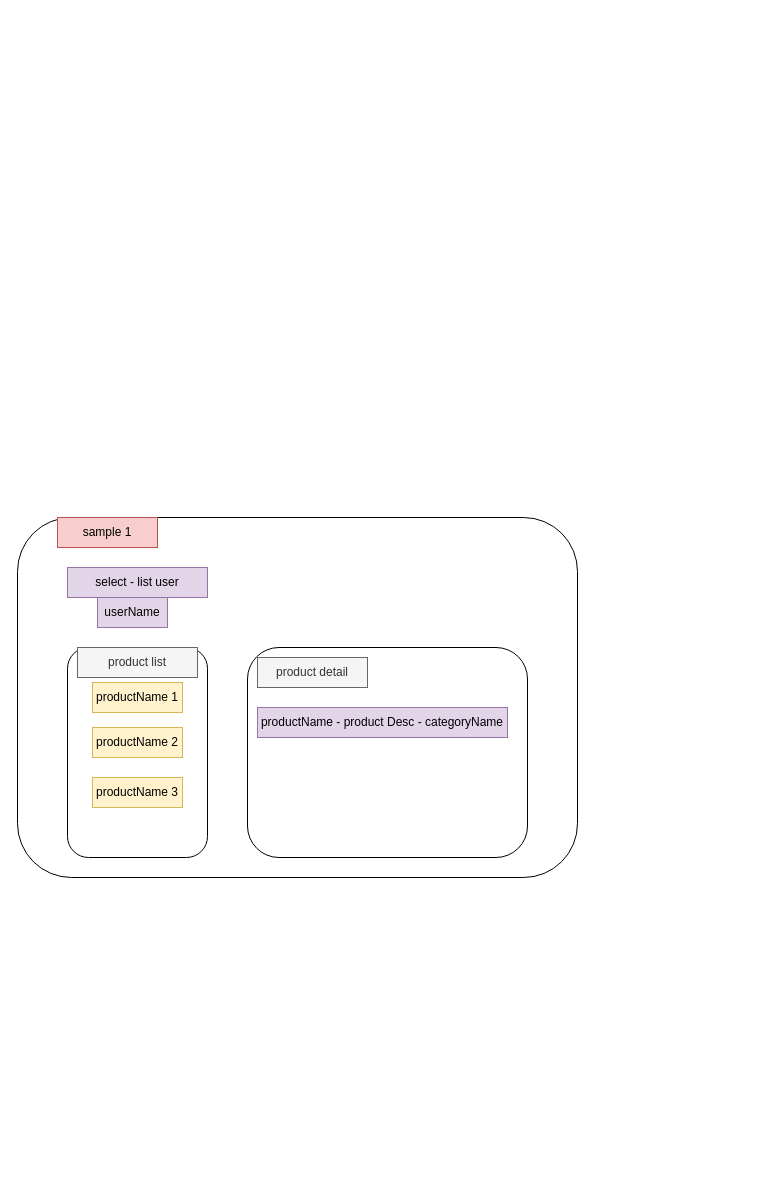
Above: sample.drawio in blackcatcoder/rxjs (draw.io), before the change. Source tidied: cells renumbered, new cells numbered last; positions are measured from the earlier drawing's top-left corner, leaving out a move shared by most shapes. Both pictures are drawn from the tidied source at 100%, with x=0, y=0 at pixel (17, 517).
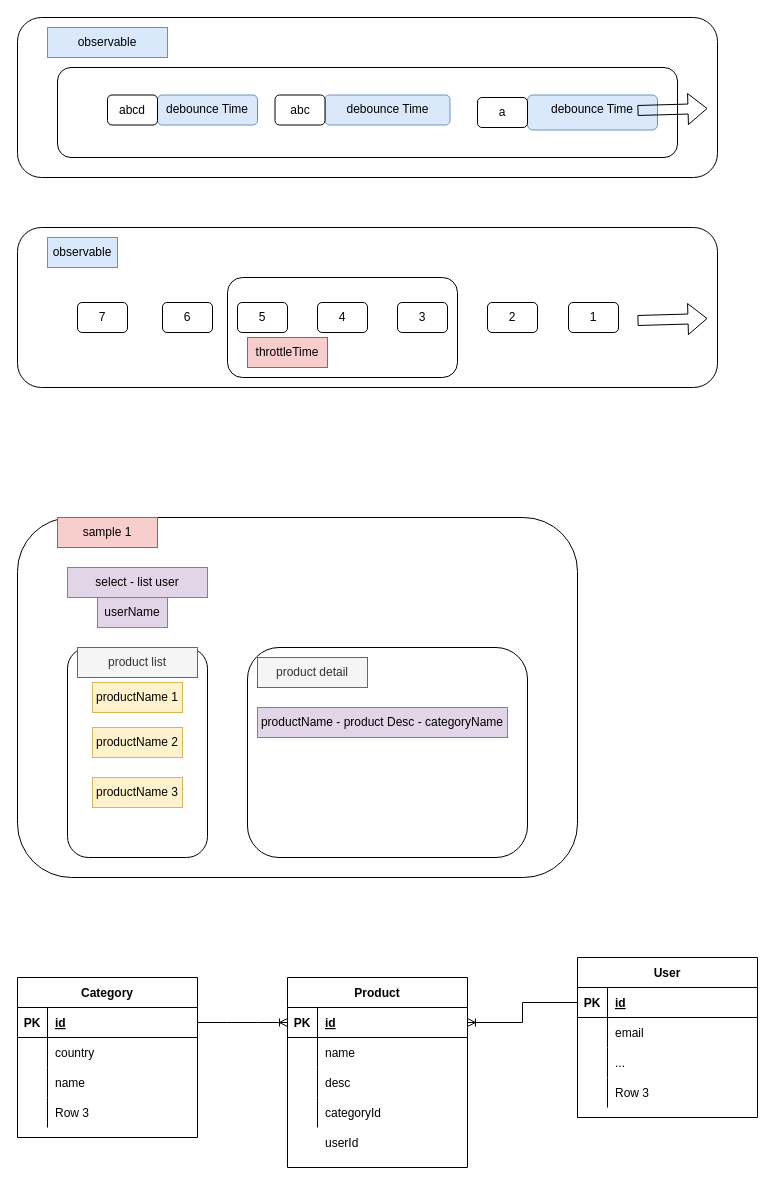
After the change.

What changed in the source:
```diff
@@
+    <mxCell id="14" style="rounded=1;whiteSpace=wrap;html=1;" parent="1" vertex="1">
+      <mxGeometry y="-500" width="700" height="160" as="geometry" />
+    </mxCell>
+    <mxCell id="15" style="rounded=1;whiteSpace=wrap;html=1;" parent="1" vertex="1">
+      <mxGeometry x="40" y="-450" width="620" height="90" as="geometry" />
+    </mxCell>
+    <mxCell id="16" value="debounce Time" style="rounded=1;whiteSpace=wrap;html=1;verticalAlign=top;fillColor=#dae8fc;strokeColor=#6c8ebf;" parent="1" vertex="1">
+      <mxGeometry x="140" y="-422.5" width="100" height="30" as="geometry" />
+    </mxCell>
+    <mxCell id="17" value="debounce Time" style="rounded=1;whiteSpace=wrap;html=1;verticalAlign=top;fillColor=#dae8fc;strokeColor=#6c8ebf;" parent="1" vertex="1">
+      <mxGeometry x="510" y="-422.5" width="130" height="35" as="geometry" />
+    </mxCell>
+    <mxCell id="18" style="rounded=1;whiteSpace=wrap;html=1;" parent="1" vertex="1">
+      <mxGeometry x="40" y="-230" width="590" height="60" as="geometry" />
+    </mxCell>
+    <mxCell id="19" style="rounded=1;whiteSpace=wrap;html=1;" parent="1" vertex="1">
+      <mxGeometry y="-290" width="700" height="160" as="geometry" />
+    </mxCell>
+    <mxCell id="20" style="rounded=1;whiteSpace=wrap;html=1;" parent="1" vertex="1">
+      <mxGeometry x="210" y="-240" width="230" height="100" as="geometry" />
+    </mxCell>
@@
+    <mxCell id="21" value="Category" style="shape=table;startSize=30;childLayout=tableLayout;rowLines=0;fontStyle=1;align=center;" parent="1" vertex="1">
+      <mxGeometry y="460" width="180" height="160" as="geometry" />
+    </mxCell>
+    <mxCell id="22" style="shape=partialRectangle;fillColor=none;top=0;left=0;bottom=1;right=0;points=[[0,0.5],[1,0.5]];portConstraint=eastwest;" parent="21" vertex="1">
+      <mxGeometry y="30" width="180" height="30" as="geometry" />
+    </mxCell>
+    <mxCell id="23" value="PK" style="shape=partialRectangle;fillColor=none;top=0;left=0;bottom=0;right=0;fontStyle=1;overflow=hidden;" parent="22" vertex="1">
+      <mxGeometry width="30" height="30" as="geometry" />
+    </mxCell>
+    <mxCell id="24" value="id" style="shape=partialRectangle;fillColor=none;top=0;left=0;bottom=0;right=0;align=left;spacingLeft=6;fontStyle=5;overflow=hidden;" parent="22" vertex="1">
+      <mxGeometry x="30" width="150" height="30" as="geometry" />
+    </mxCell>
+    <mxCell id="25" style="shape=partialRectangle;fillColor=none;top=0;left=0;bottom=0;right=0;" parent="21" vertex="1">
+      <mxGeometry y="60" width="180" height="30" as="geometry" />
+    </mxCell>
+    <mxCell id="26" style="shape=partialRectangle;fillColor=none;top=0;left=0;bottom=0;right=0;overflow=hidden;" parent="25" vertex="1">
+      <mxGeometry width="30" height="30" as="geometry" />
+    </mxCell>
+    <mxCell id="27" value="country" style="shape=partialRectangle;fillColor=none;top=0;left=0;bottom=0;right=0;align=left;spacingLeft=6;overflow=hidden;" parent="25" vertex="1">
+      <mxGeometry x="30" width="150" height="30" as="geometry" />
+    </mxCell>
+    <mxCell id="28" style="shape=partialRectangle;fillColor=none;top=0;left=0;bottom=0;right=0;" parent="21" vertex="1">
+      <mxGeometry y="90" width="180" height="30" as="geometry" />
+    </mxCell>
+    <mxCell id="29" style="shape=partialRectangle;fillColor=none;top=0;left=0;bottom=0;right=0;overflow=hidden;" parent="28" vertex="1">
+      <mxGeometry width="30" height="30" as="geometry" />
+    </mxCell>
+    <mxCell id="30" value="name" style="shape=partialRectangle;fillColor=none;top=0;left=0;bottom=0;right=0;align=left;spacingLeft=6;overflow=hidden;" parent="28" vertex="1">
+      <mxGeometry x="30" width="150" height="30" as="geometry" />
+    </mxCell>
+    <mxCell id="31" style="shape=partialRectangle;fillColor=none;top=0;left=0;bottom=0;right=0;" parent="21" vertex="1">
+      <mxGeometry y="120" width="180" height="30" as="geometry" />
+    </mxCell>
+    <mxCell id="32" style="shape=partialRectangle;fillColor=none;top=0;left=0;bottom=0;right=0;overflow=hidden;" parent="31" vertex="1">
+      <mxGeometry width="30" height="30" as="geometry" />
+    </mxCell>
+    <mxCell id="33" value="Row 3" style="shape=partialRectangle;fillColor=none;top=0;left=0;bottom=0;right=0;align=left;spacingLeft=6;overflow=hidden;" parent="31" vertex="1">
+      <mxGeometry x="30" width="150" height="30" as="geometry" />
+    </mxCell>
+    <mxCell id="34" value="Product" style="shape=table;startSize=30;childLayout=tableLayout;rowLines=0;fontStyle=1;align=center;" parent="1" vertex="1">
+      <mxGeometry x="270" y="460" width="180" height="190" as="geometry" />
+    </mxCell>
+    <mxCell id="35" style="shape=partialRectangle;fillColor=none;top=0;left=0;bottom=1;right=0;points=[[0,0.5],[1,0.5]];portConstraint=eastwest;" parent="34" vertex="1">
+      <mxGeometry y="30" width="180" height="30" as="geometry" />
+    </mxCell>
+    <mxCell id="36" value="PK" style="shape=partialRectangle;fillColor=none;top=0;left=0;bottom=0;right=0;fontStyle=1;overflow=hidden;" parent="35" vertex="1">
+      <mxGeometry width="30" height="30" as="geometry" />
+    </mxCell>
+    <mxCell id="37" value="id" style="shape=partialRectangle;fillColor=none;top=0;left=0;bottom=0;right=0;align=left;spacingLeft=6;fontStyle=5;overflow=hidden;" parent="35" vertex="1">
+      <mxGeometry x="30" width="150" height="30" as="geometry" />
+    </mxCell>
+    <mxCell id="38" style="shape=partialRectangle;fillColor=none;top=0;left=0;bottom=0;right=0;" parent="34" vertex="1">
+      <mxGeometry y="60" width="180" height="30" as="geometry" />
+    </mxCell>
+    <mxCell id="39" style="shape=partialRectangle;fillColor=none;top=0;left=0;bottom=0;right=0;overflow=hidden;" parent="38" vertex="1">
+      <mxGeometry width="30" height="30" as="geometry" />
+    </mxCell>
+    <mxCell id="40" value="name" style="shape=partialRectangle;fillColor=none;top=0;left=0;bottom=0;right=0;align=left;spacingLeft=6;overflow=hidden;" parent="38" vertex="1">
+      <mxGeometry x="30" width="150" height="30" as="geometry" />
+    </mxCell>
+    <mxCell id="41" style="shape=partialRectangle;fillColor=none;top=0;left=0;bottom=0;right=0;" parent="34" vertex="1">
+      <mxGeometry y="90" width="180" height="30" as="geometry" />
+    </mxCell>
+    <mxCell id="42" style="shape=partialRectangle;fillColor=none;top=0;left=0;bottom=0;right=0;overflow=hidden;" parent="41" vertex="1">
+      <mxGeometry width="30" height="30" as="geometry" />
+    </mxCell>
+    <mxCell id="43" value="desc" style="shape=partialRectangle;fillColor=none;top=0;left=0;bottom=0;right=0;align=left;spacingLeft=6;overflow=hidden;" parent="41" vertex="1">
+      <mxGeometry x="30" width="150" height="30" as="geometry" />
+    </mxCell>
+    <mxCell id="44" style="shape=partialRectangle;fillColor=none;top=0;left=0;bottom=0;right=0;" parent="34" vertex="1">
+      <mxGeometry y="120" width="180" height="30" as="geometry" />
+    </mxCell>
+    <mxCell id="45" style="shape=partialRectangle;fillColor=none;top=0;left=0;bottom=0;right=0;overflow=hidden;" parent="44" vertex="1">
+      <mxGeometry width="30" height="30" as="geometry" />
+    </mxCell>
+    <mxCell id="46" value="categoryId" style="shape=partialRectangle;fillColor=none;top=0;left=0;bottom=0;right=0;align=left;spacingLeft=6;overflow=hidden;" parent="44" vertex="1">
+      <mxGeometry x="30" width="150" height="30" as="geometry" />
+    </mxCell>
+    <mxCell id="47" value="User" style="shape=table;startSize=30;childLayout=tableLayout;rowLines=0;fontStyle=1;align=center;" parent="1" vertex="1">
+      <mxGeometry x="560" y="440" width="180" height="160" as="geometry" />
+    </mxCell>
+    <mxCell id="48" style="shape=partialRectangle;fillColor=none;top=0;left=0;bottom=1;right=0;points=[[0,0.5],[1,0.5]];portConstraint=eastwest;" parent="47" vertex="1">
+      <mxGeometry y="30" width="180" height="30" as="geometry" />
+    </mxCell>
+    <mxCell id="49" value="PK" style="shape=partialRectangle;fillColor=none;top=0;left=0;bottom=0;right=0;fontStyle=1;overflow=hidden;" parent="48" vertex="1">
+      <mxGeometry width="30" height="30" as="geometry" />
+    </mxCell>
+    <mxCell id="50" value="id" style="shape=partialRectangle;fillColor=none;top=0;left=0;bottom=0;right=0;align=left;spacingLeft=6;fontStyle=5;overflow=hidden;" parent="48" vertex="1">
+      <mxGeometry x="30" width="150" height="30" as="geometry" />
+    </mxCell>
+    <mxCell id="51" style="shape=partialRectangle;fillColor=none;top=0;left=0;bottom=0;right=0;" parent="47" vertex="1">
+      <mxGeometry y="60" width="180" height="30" as="geometry" />
+    </mxCell>
+    <mxCell id="52" style="shape=partialRectangle;fillColor=none;top=0;left=0;bottom=0;right=0;overflow=hidden;" parent="51" vertex="1">
+      <mxGeometry width="30" height="30" as="geometry" />
+    </mxCell>
+    <mxCell id="53" value="email" style="shape=partialRectangle;fillColor=none;top=0;left=0;bottom=0;right=0;align=left;spacingLeft=6;overflow=hidden;" parent="51" vertex="1">
+      <mxGeometry x="30" width="150" height="30" as="geometry" />
+    </mxCell>
+    <mxCell id="54" style="shape=partialRectangle;fillColor=none;top=0;left=0;bottom=0;right=0;" parent="47" vertex="1">
+      <mxGeometry y="90" width="180" height="30" as="geometry" />
+    </mxCell>
+    <mxCell id="55" style="shape=partialRectangle;fillColor=none;top=0;left=0;bottom=0;right=0;overflow=hidden;" parent="54" vertex="1">
+      <mxGeometry width="30" height="30" as="geometry" />
+    </mxCell>
+    <mxCell id="56" value="..." style="shape=partialRectangle;fillColor=none;top=0;left=0;bottom=0;right=0;align=left;spacingLeft=6;overflow=hidden;" parent="54" vertex="1">
+      <mxGeometry x="30" width="150" height="30" as="geometry" />
+    </mxCell>
+    <mxCell id="57" style="shape=partialRectangle;fillColor=none;top=0;left=0;bottom=0;right=0;" parent="47" vertex="1">
+      <mxGeometry y="120" width="180" height="30" as="geometry" />
+    </mxCell>
+    <mxCell id="58" style="shape=partialRectangle;fillColor=none;top=0;left=0;bottom=0;right=0;overflow=hidden;" parent="57" vertex="1">
+      <mxGeometry width="30" height="30" as="geometry" />
+    </mxCell>
+    <mxCell id="59" value="Row 3" style="shape=partialRectangle;fillColor=none;top=0;left=0;bottom=0;right=0;align=left;spacingLeft=6;overflow=hidden;" parent="57" vertex="1">
+      <mxGeometry x="30" width="150" height="30" as="geometry" />
+    </mxCell>
+    <mxCell id="60" value="userId" style="shape=partialRectangle;fillColor=none;top=0;left=0;bottom=0;right=0;align=left;spacingLeft=6;overflow=hidden;" parent="1" vertex="1">
+      <mxGeometry x="300" y="610" width="150" height="30" as="geometry" />
+    </mxCell>
+    <mxCell id="61" style="edgeStyle=entityRelationEdgeStyle;fontSize=12;html=1;endArrow=ERoneToMany;rounded=0;exitX=1;exitY=0.5;exitDx=0;exitDy=0;entryX=0;entryY=0.5;entryDx=0;entryDy=0;" parent="1" edge="1" source="22" target="35">
+      <mxGeometry relative="1" as="geometry" />
+    </mxCell>
+    <mxCell id="62" style="edgeStyle=orthogonalEdgeStyle;fontSize=12;html=1;endArrow=ERoneToMany;rounded=0;exitX=0;exitY=0.5;exitDx=0;exitDy=0;entryX=1;entryY=0.5;entryDx=0;entryDy=0;" parent="1" edge="1" source="48" target="35">
+      <mxGeometry relative="1" as="geometry" />
+    </mxCell>
+    <mxCell id="63" value="observable" style="text;html=1;strokeColor=#6c8ebf;fillColor=#dae8fc;align=center;verticalAlign=middle;whiteSpace=wrap;rounded=0;" parent="1" vertex="1">
+      <mxGeometry x="30" y="-280" width="70" height="30" as="geometry" />
+    </mxCell>
+    <mxCell id="64" value="3" style="rounded=1;whiteSpace=wrap;html=1;" parent="1" vertex="1">
+      <mxGeometry x="380" y="-215" width="50" height="30" as="geometry" />
+    </mxCell>
+    <mxCell id="65" value="1" style="rounded=1;whiteSpace=wrap;html=1;" parent="1" vertex="1">
+      <mxGeometry x="551" y="-215" width="50" height="30" as="geometry" />
+    </mxCell>
+    <mxCell id="66" value="6" style="rounded=1;whiteSpace=wrap;html=1;" parent="1" vertex="1">
+      <mxGeometry x="145" y="-215" width="50" height="30" as="geometry" />
+    </mxCell>
+    <mxCell id="67" value="7" style="rounded=1;whiteSpace=wrap;html=1;" parent="1" vertex="1">
+      <mxGeometry x="60" y="-215" width="50" height="30" as="geometry" />
+    </mxCell>
+    <mxCell id="68" value="5" style="rounded=1;whiteSpace=wrap;html=1;" parent="1" vertex="1">
+      <mxGeometry x="220" y="-215" width="50" height="30" as="geometry" />
+    </mxCell>
+    <mxCell id="69" value="4" style="rounded=1;whiteSpace=wrap;html=1;" parent="1" vertex="1">
+      <mxGeometry x="300" y="-215" width="50" height="30" as="geometry" />
+    </mxCell>
+    <mxCell id="70" value="2" style="rounded=1;whiteSpace=wrap;html=1;" parent="1" vertex="1">
+      <mxGeometry x="470" y="-215" width="50" height="30" as="geometry" />
+    </mxCell>
+    <mxCell id="71" style="shape=flexArrow;endArrow=classic;html=1;rounded=0;" parent="1" edge="1">
+      <mxGeometry relative="1" as="geometry">
+        <mxPoint x="620" y="-197" as="sourcePoint" />
+        <mxPoint x="690" y="-199" as="targetPoint" />
+      </mxGeometry>
+    </mxCell>
+    <mxCell id="72" value="throttleTime" style="text;html=1;strokeColor=#b85450;fillColor=#f8cecc;align=center;verticalAlign=middle;whiteSpace=wrap;rounded=0;" parent="1" vertex="1">
+      <mxGeometry x="230" y="-180" width="80" height="30" as="geometry" />
+    </mxCell>
+    <mxCell id="73" value="debounce Time" style="rounded=1;whiteSpace=wrap;html=1;verticalAlign=top;fillColor=#dae8fc;strokeColor=#6c8ebf;" parent="1" vertex="1">
+      <mxGeometry x="307.5" y="-422.5" width="125" height="30" as="geometry" />
+    </mxCell>
+    <mxCell id="74" value="observable" style="text;html=1;strokeColor=#6c8ebf;fillColor=#dae8fc;align=center;verticalAlign=middle;whiteSpace=wrap;rounded=0;" parent="1" vertex="1">
+      <mxGeometry x="30" y="-490" width="120" height="30" as="geometry" />
+    </mxCell>
+    <mxCell id="75" value="a" style="rounded=1;whiteSpace=wrap;html=1;" parent="1" vertex="1">
+      <mxGeometry x="460" y="-420" width="50" height="30" as="geometry" />
+    </mxCell>
+    <mxCell id="76" value="abcd" style="rounded=1;whiteSpace=wrap;html=1;" parent="1" vertex="1">
+      <mxGeometry x="90" y="-422.5" width="50" height="30" as="geometry" />
+    </mxCell>
+    <mxCell id="77" value="abc" style="rounded=1;whiteSpace=wrap;html=1;" parent="1" vertex="1">
+      <mxGeometry x="257.5" y="-422.5" width="50" height="30" as="geometry" />
+    </mxCell>
+    <mxCell id="78" style="shape=flexArrow;endArrow=classic;html=1;rounded=0;" parent="1" edge="1">
+      <mxGeometry relative="1" as="geometry">
+        <mxPoint x="620" y="-407" as="sourcePoint" />
+        <mxPoint x="690" y="-409" as="targetPoint" />
+      </mxGeometry>
+    </mxCell>
```
